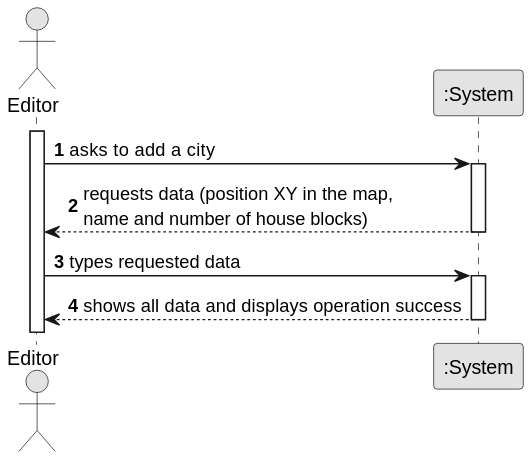
Before: docs/sprint1/us003/01.requirements-engineering/svg/us003-system-sequence-diagram.svg, a diagram exported from PlantUML (ivasduarte/all-aboard). The source it was exported from:
```plantuml
@startuml
skinparam monochrome true
skinparam packageStyle rectangle
skinparam shadowing false

autonumber

actor "Editor" as Editor
participant ":System" as System

activate Editor

    Editor -> System : asks to add a city
    activate System

    System --> Editor : requests data (position XY in the map, \nname and number of house blocks)
    deactivate System

    Editor -> System : types requested data
    activate System

    System --> Editor : shows all data and displays operation success
    deactivate System
@enduml
```
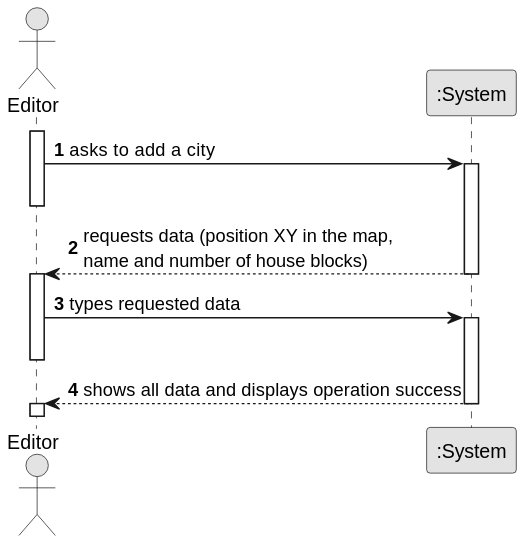
The same diagram one commit later.

Commit message:
US003(docs): updated system sequence diagram

What changed in the source:
```diff
@@ -12,13 +12,17 @@
 
     Editor -> System : asks to add a city
     activate System
+    deactivate Editor
 
     System --> Editor : requests data (position XY in the map, \nname and number of house blocks)
     deactivate System
+    activate Editor
 
     Editor -> System : types requested data
     activate System
+    deactivate Editor
 
     System --> Editor : shows all data and displays operation success
     deactivate System
+    activate Editor
 @enduml
```
